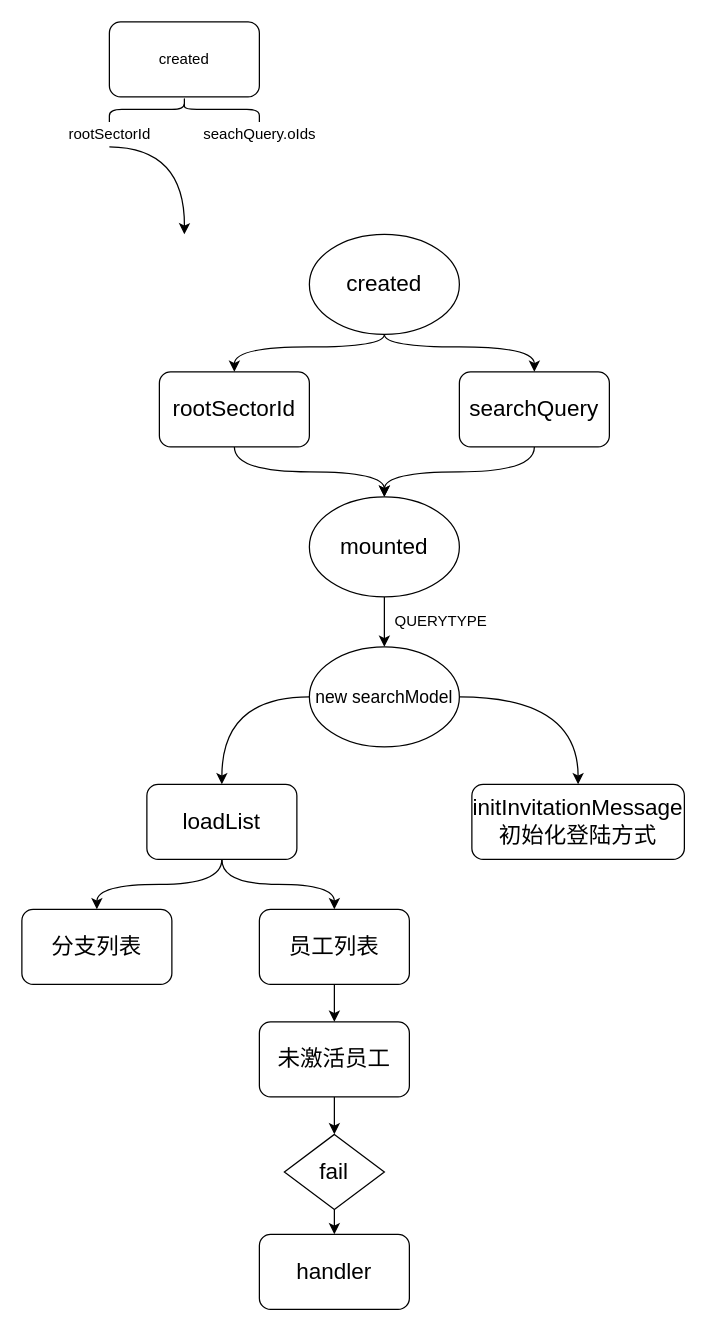
This is Untitled Diagram.drawio from afan1123/MyLibrary, a draw.io file, before an edit. Source tidied: cells renumbered, new cells numbered last; positions are measured from the earlier drawing's top-left corner, leaving out a move shared by most shapes. Both pictures are drawn from the tidied source at 125%, with x=0, y=0 at pixel (21, 21).
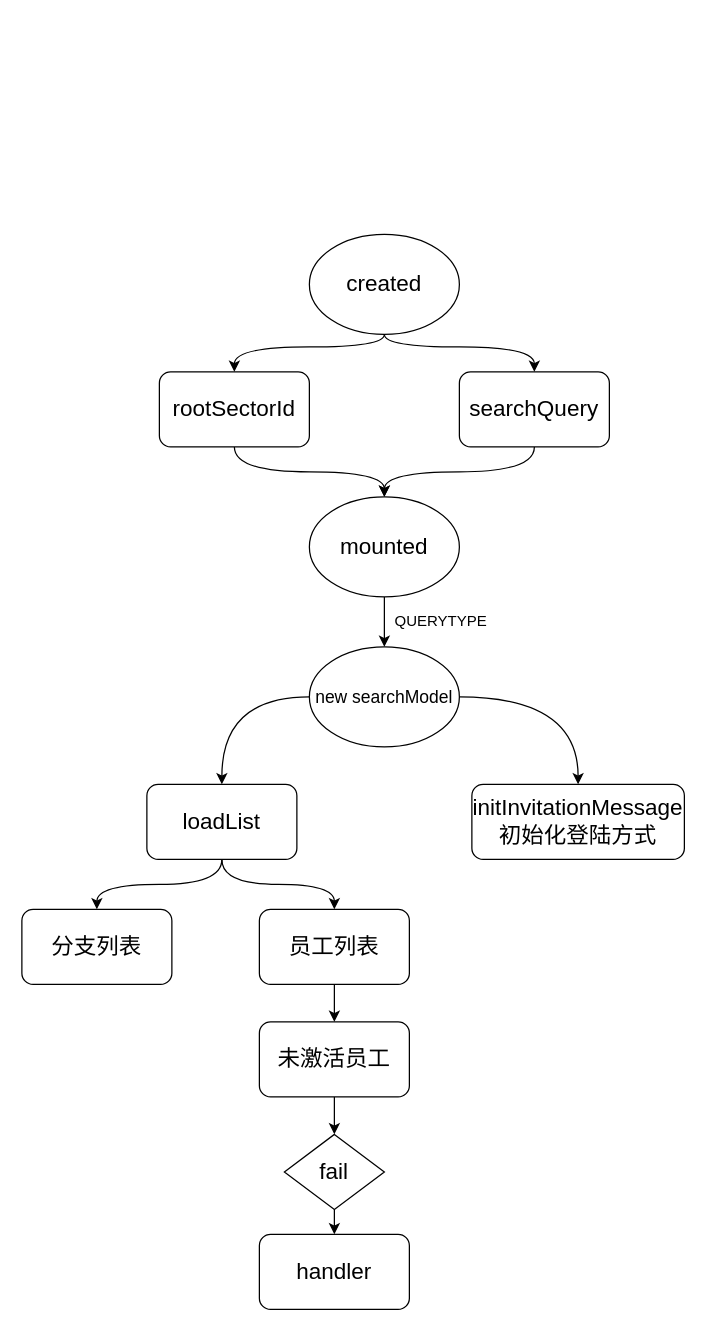
Above is the later version.

Commit message:
页面运行机制

What changed in the source:
```diff
@@
-    <mxCell id="2" value="created" style="rounded=1;whiteSpace=wrap;html=1;" parent="1" vertex="1">
-      <mxGeometry x="70" width="120" height="60" as="geometry" />
-    </mxCell>
-    <mxCell id="3" style="shape=curlyBracket;whiteSpace=wrap;html=1;rounded=1;flipH=1;direction=south;" parent="1" vertex="1">
-      <mxGeometry x="70" y="60" width="120" height="20" as="geometry" />
-    </mxCell>
-    <mxCell id="4" value="rootSectorId" style="text;html=1;align=center;verticalAlign=middle;strokeColor=none;" parent="1" vertex="1">
-      <mxGeometry x="30" y="80" width="80" height="20" as="geometry" />
-    </mxCell>
-    <mxCell id="5" value="seachQuery.oIds" style="text;html=1;align=center;verticalAlign=middle;strokeColor=none;" parent="1" vertex="1">
-      <mxGeometry x="135" y="80" width="110" height="20" as="geometry" />
-    </mxCell>
-    <mxCell id="6" style="curved=1;endArrow=classic;html=1;edgeStyle=orthogonalEdgeStyle;" parent="1" edge="1">
-      <mxGeometry relative="1" as="geometry">
-        <mxPoint x="70" y="100" as="sourcePoint" />
-        <mxPoint x="130" y="170" as="targetPoint" />
-      </mxGeometry>
-    </mxCell>
```
